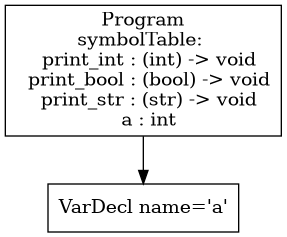
This is p3-analysis/tree.png from atrim11/CS432, a Graphviz export, as it was before one commit. Its source is kept beside it as p3-analysis/tree.dot.
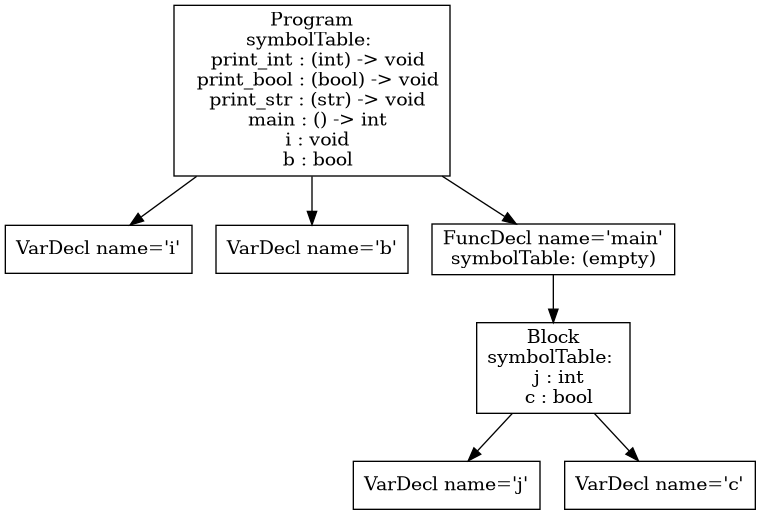
Above is the later version.

Diff of the diagram source:
```diff
@@ -1,5 +1,15 @@
 digraph AST {
-1 [shape=box, label="VarDecl name='a'"];
-0 [shape=box, label="Program\nsymbolTable: \n  print_int : (int) -> void\n  print_bool : (bool) -> void\n  print_str : (str) -> void\n  a : int"];
+1 [shape=box, label="VarDecl name='i'"];
+2 [shape=box, label="VarDecl name='b'"];
+5 [shape=box, label="VarDecl name='j'"];
+6 [shape=box, label="VarDecl name='c'"];
+4 [shape=box, label="Block\nsymbolTable: \n  j : int\n  c : bool"];
+4 -> 5;
+4 -> 6;
+3 [shape=box, label="FuncDecl name='main'\nsymbolTable: (empty)"];
+3 -> 4;
+0 [shape=box, label="Program\nsymbolTable: \n  print_int : (int) -> void\n  print_bool : (bool) -> void\n  print_str : (str) -> void\n  main : () -> int\n  i : void\n  b : bool"];
 0 -> 1;
+0 -> 2;
+0 -> 3;
 }
```
